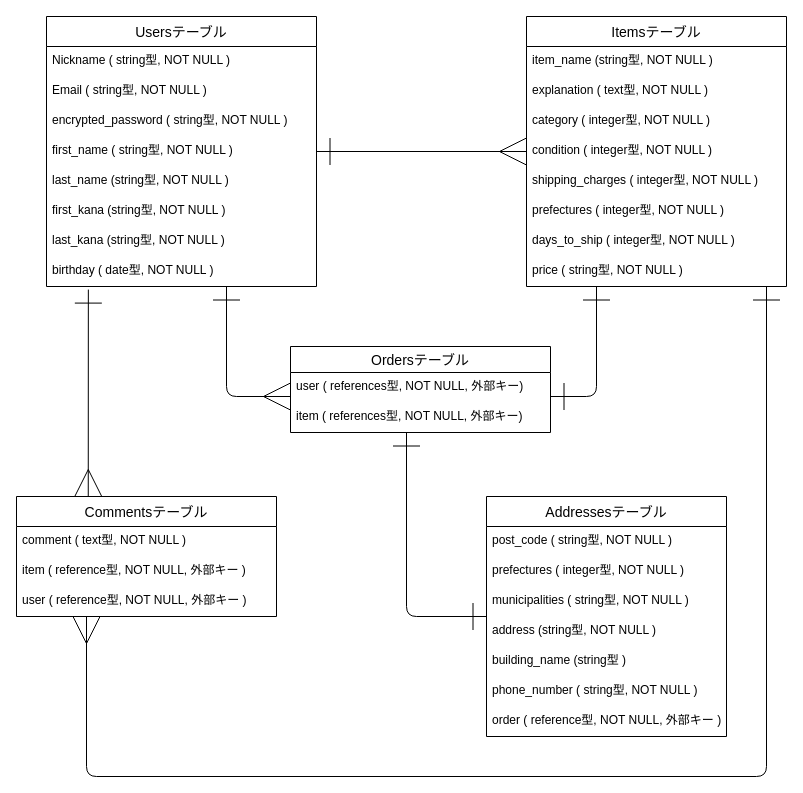
This is test.dio from mk-ci/furima-38573, a draw.io file, before an edit. Source tidied: cells renumbered, new cells numbered last; positions are measured from the earlier drawing's top-left corner, leaving out a move shared by most shapes. Both pictures are drawn from the tidied source at 100%, with x=0, y=0 at pixel (16, 16).
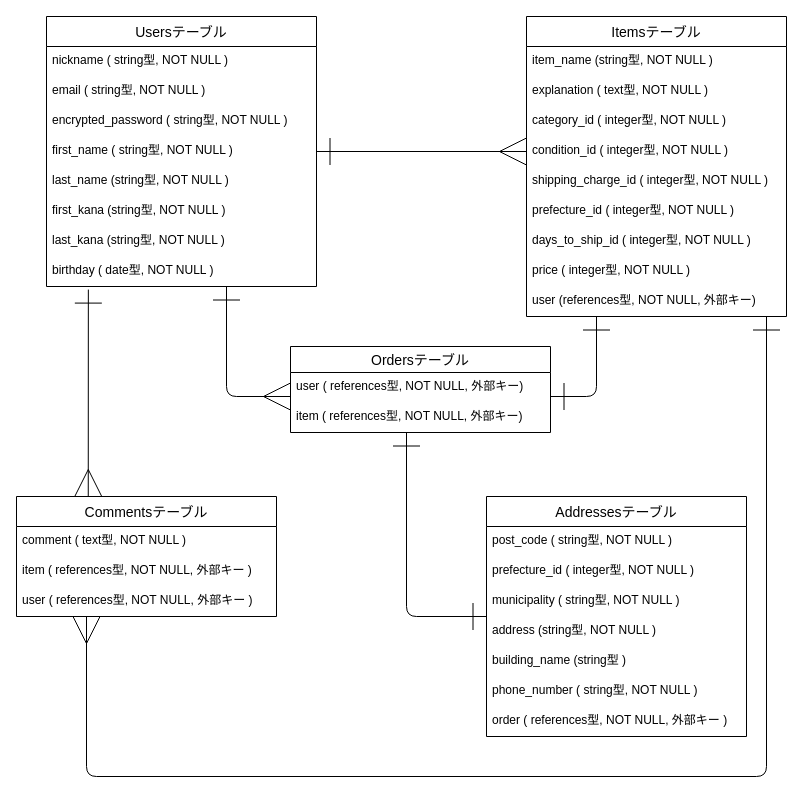
Above is the later version.

Commit message:
データベース設計修正3

Unchanged cells that the change refers to:
```xml
<mxCell id="2" value="Usersテーブル" style="swimlane;fontStyle=0;horizontal=1;startSize=30;align=center;fontSize=14;" parent="1" vertex="1">
  <mxGeometry x="30" width="270" height="270" as="geometry" />
</mxCell>
<mxCell id="6" value="first_name ( string型, NOT NULL )" style="text;strokeColor=none;fillColor=none;spacingLeft=4;spacingRight=4;overflow=hidden;points=[[0,0.5],[1,0.5]];portConstraint=eastwest;fontSize=12;" parent="2" vertex="1">
  <mxGeometry y="120" width="270" height="30" as="geometry" />
</mxCell>
<mxCell id="20" value="Commentsテーブル" style="swimlane;fontStyle=0;horizontal=1;startSize=30;align=center;fontSize=14;direction=east;" parent="1" vertex="1">
  <mxGeometry y="480" width="260" height="120" as="geometry" />
</mxCell>
```

Diff of the diagram source:
```diff
@@
-    <mxCell id="3" value="Nickname ( string型, NOT NULL )" style="text;strokeColor=none;fillColor=none;spacingLeft=4;spacingRight=4;overflow=hidden;fontSize=12;" parent="2" vertex="1">
+    <mxCell id="3" value="nickname ( string型, NOT NULL )" style="text;strokeColor=none;fillColor=none;spacingLeft=4;spacingRight=4;overflow=hidden;fontSize=12;" parent="2" vertex="1">
       <mxGeometry y="30" width="270" height="30" as="geometry" />
     </mxCell>
-    <mxCell id="4" value="Email ( string型, NOT NULL )" style="text;strokeColor=none;fillColor=none;spacingLeft=4;spacingRight=4;overflow=hidden;fontSize=12;" parent="2" vertex="1">
+    <mxCell id="4" value="email ( string型, NOT NULL )" style="text;strokeColor=none;fillColor=none;spacingLeft=4;spacingRight=4;overflow=hidden;fontSize=12;" parent="2" vertex="1">
       <mxGeometry y="60" width="270" height="30" as="geometry" />
     </mxCell>
@@
     <mxCell id="11" value="Itemsテーブル" style="swimlane;fontStyle=0;horizontal=1;startSize=30;align=center;fontSize=14;" parent="1" vertex="1">
-      <mxGeometry x="510" width="260" height="270" as="geometry" />
+      <mxGeometry x="510" width="260" height="300" as="geometry" />
     </mxCell>
@@
-    <mxCell id="14" value="category ( integer型, NOT NULL )" style="text;strokeColor=none;fillColor=none;spacingLeft=4;spacingRight=4;overflow=hidden;fontSize=12;" parent="11" vertex="1">
+    <mxCell id="14" value="category_id ( integer型, NOT NULL )" style="text;strokeColor=none;fillColor=none;spacingLeft=4;spacingRight=4;overflow=hidden;fontSize=12;" parent="11" vertex="1">
       <mxGeometry y="90" width="260" height="30" as="geometry" />
     </mxCell>
-    <mxCell id="15" value="condition ( integer型, NOT NULL )" style="text;strokeColor=none;fillColor=none;spacingLeft=4;spacingRight=4;overflow=hidden;points=[[0,0.5],[1,0.5]];portConstraint=eastwest;fontSize=12;" parent="11" vertex="1">
+    <mxCell id="15" value="condition_id ( integer型, NOT NULL )" style="text;strokeColor=none;fillColor=none;spacingLeft=4;spacingRight=4;overflow=hidden;points=[[0,0.5],[1,0.5]];portConstraint=eastwest;fontSize=12;" parent="11" vertex="1">
       <mxGeometry y="120" width="260" height="30" as="geometry" />
     </mxCell>
-    <mxCell id="16" value="shipping_charges ( integer型, NOT NULL )" style="text;strokeColor=none;fillColor=none;spacingLeft=4;spacingRight=4;overflow=hidden;fontSize=12;" parent="11" vertex="1">
+    <mxCell id="16" value="shipping_charge_id ( integer型, NOT NULL )" style="text;strokeColor=none;fillColor=none;spacingLeft=4;spacingRight=4;overflow=hidden;fontSize=12;" parent="11" vertex="1">
       <mxGeometry y="150" width="260" height="30" as="geometry" />
     </mxCell>
-    <mxCell id="17" value="prefectures ( integer型, NOT NULL )" style="text;strokeColor=none;fillColor=none;spacingLeft=4;spacingRight=4;overflow=hidden;fontSize=12;" parent="11" vertex="1">
+    <mxCell id="17" value="prefecture_id ( integer型, NOT NULL )" style="text;strokeColor=none;fillColor=none;spacingLeft=4;spacingRight=4;overflow=hidden;fontSize=12;" parent="11" vertex="1">
       <mxGeometry y="180" width="260" height="30" as="geometry" />
     </mxCell>
-    <mxCell id="18" value="days_to_ship ( integer型, NOT NULL )" style="text;strokeColor=none;fillColor=none;spacingLeft=4;spacingRight=4;overflow=hidden;fontSize=12;" parent="11" vertex="1">
+    <mxCell id="18" value="days_to_ship_id ( integer型, NOT NULL )" style="text;strokeColor=none;fillColor=none;spacingLeft=4;spacingRight=4;overflow=hidden;fontSize=12;" parent="11" vertex="1">
       <mxGeometry y="210" width="260" height="30" as="geometry" />
     </mxCell>
-    <mxCell id="19" value="price ( string型, NOT NULL )" style="text;strokeColor=none;fillColor=none;spacingLeft=4;spacingRight=4;overflow=hidden;fontSize=12;" parent="11" vertex="1">
+    <mxCell id="19" value="price ( integer型, NOT NULL )" style="text;strokeColor=none;fillColor=none;spacingLeft=4;spacingRight=4;overflow=hidden;fontSize=12;" parent="11" vertex="1">
       <mxGeometry y="240" width="260" height="30" as="geometry" />
     </mxCell>
+    <mxCell id="41" value="user (references型, NOT NULL, 外部キー)" style="text;strokeColor=none;fillColor=none;spacingLeft=4;spacingRight=4;overflow=hidden;fontSize=12;" parent="11" vertex="1">
+      <mxGeometry y="270" width="260" height="30" as="geometry" />
+    </mxCell>
@@
-    <mxCell id="22" value="item ( reference型, NOT NULL, 外部キー )" style="text;strokeColor=none;fillColor=none;spacingLeft=4;spacingRight=4;overflow=hidden;fontSize=12;" parent="20" vertex="1">
+    <mxCell id="22" value="item ( references型, NOT NULL, 外部キー )" style="text;strokeColor=none;fillColor=none;spacingLeft=4;spacingRight=4;overflow=hidden;fontSize=12;" parent="20" vertex="1">
       <mxGeometry y="60" width="260" height="30" as="geometry" />
     </mxCell>
-    <mxCell id="23" value="user ( reference型, NOT NULL, 外部キー )" style="text;strokeColor=none;fillColor=none;spacingLeft=4;spacingRight=4;overflow=hidden;fontSize=12;" parent="20" vertex="1">
+    <mxCell id="23" value="user ( references型, NOT NULL, 外部キー )" style="text;strokeColor=none;fillColor=none;spacingLeft=4;spacingRight=4;overflow=hidden;fontSize=12;" parent="20" vertex="1">
       <mxGeometry y="90" width="260" height="30" as="geometry" />
     </mxCell>
     <mxCell id="24" value="Addressesテーブル" style="swimlane;fontStyle=0;horizontal=1;startSize=30;align=center;fontSize=14;" parent="1" vertex="1">
-      <mxGeometry x="470" y="480" width="240" height="240" as="geometry" />
+      <mxGeometry x="470" y="480" width="260" height="240" as="geometry" />
     </mxCell>
     <mxCell id="25" value="post_code ( string型, NOT NULL )" style="text;strokeColor=none;fillColor=none;spacingLeft=4;spacingRight=4;overflow=hidden;fontSize=12;" parent="24" vertex="1">
-      <mxGeometry y="30" width="240" height="30" as="geometry" />
+      <mxGeometry y="30" width="260" height="30" as="geometry" />
     </mxCell>
-    <mxCell id="26" value="prefectures ( integer型, NOT NULL )" style="text;strokeColor=none;fillColor=none;spacingLeft=4;spacingRight=4;overflow=hidden;fontSize=12;" parent="24" vertex="1">
-      <mxGeometry y="60" width="240" height="30" as="geometry" />
+    <mxCell id="26" value="prefecture_id ( integer型, NOT NULL )" style="text;strokeColor=none;fillColor=none;spacingLeft=4;spacingRight=4;overflow=hidden;fontSize=12;" parent="24" vertex="1">
+      <mxGeometry y="60" width="260" height="30" as="geometry" />
     </mxCell>
-    <mxCell id="27" value="municipalities ( string型, NOT NULL )" style="text;strokeColor=none;fillColor=none;spacingLeft=4;spacingRight=4;overflow=hidden;fontSize=12;" parent="24" vertex="1">
-      <mxGeometry y="90" width="240" height="30" as="geometry" />
+    <mxCell id="27" value="municipality ( string型, NOT NULL )" style="text;strokeColor=none;fillColor=none;spacingLeft=4;spacingRight=4;overflow=hidden;fontSize=12;" parent="24" vertex="1">
+      <mxGeometry y="90" width="260" height="30" as="geometry" />
     </mxCell>
     <mxCell id="28" value="address (string型, NOT NULL )" style="text;strokeColor=none;fillColor=none;spacingLeft=4;spacingRight=4;overflow=hidden;fontSize=12;" parent="24" vertex="1">
-      <mxGeometry y="120" width="240" height="30" as="geometry" />
+      <mxGeometry y="120" width="260" height="30" as="geometry" />
     </mxCell>
     <mxCell id="29" value="building_name (string型 )" style="text;strokeColor=none;fillColor=none;spacingLeft=4;spacingRight=4;overflow=hidden;fontSize=12;" parent="24" vertex="1">
-      <mxGeometry y="150" width="240" height="30" as="geometry" />
+      <mxGeometry y="150" width="260" height="30" as="geometry" />
     </mxCell>
     <mxCell id="30" value="phone_number ( string型, NOT NULL )" style="text;strokeColor=none;fillColor=none;spacingLeft=4;spacingRight=4;overflow=hidden;fontSize=12;" parent="24" vertex="1">
-      <mxGeometry y="180" width="240" height="30" as="geometry" />
+      <mxGeometry y="180" width="260" height="30" as="geometry" />
     </mxCell>
-    <mxCell id="31" value="order ( reference型, NOT NULL, 外部キー )" style="text;strokeColor=none;fillColor=none;spacingLeft=4;spacingRight=4;overflow=hidden;fontSize=12;" parent="24" vertex="1">
-      <mxGeometry y="210" width="240" height="30" as="geometry" />
+    <mxCell id="31" value="order ( references型, NOT NULL, 外部キー )" style="text;strokeColor=none;fillColor=none;spacingLeft=4;spacingRight=4;overflow=hidden;fontSize=12;" parent="24" vertex="1">
+      <mxGeometry y="210" width="260" height="30" as="geometry" />
     </mxCell>
@@
-    <mxCell id="40" style="edgeStyle=none;html=1;exitX=1;exitY=0.5;exitDx=0;exitDy=0;startArrow=ERone;startFill=0;endArrow=ERmany;endFill=0;startSize=25;endSize=25;targetPerimeterSpacing=0;strokeWidth=1;" parent="1" edge="1" source="6" target="11">
+    <mxCell id="40" style="edgeStyle=none;html=1;exitX=1;exitY=0.5;exitDx=0;exitDy=0;startArrow=ERone;startFill=0;endArrow=ERmany;endFill=0;startSize=25;endSize=25;targetPerimeterSpacing=0;strokeWidth=1;entryX=0;entryY=0.5;entryDx=0;entryDy=0;" parent="1" edge="1" source="6" target="15">
       <mxGeometry relative="1" as="geometry" />
     </mxCell>
```
